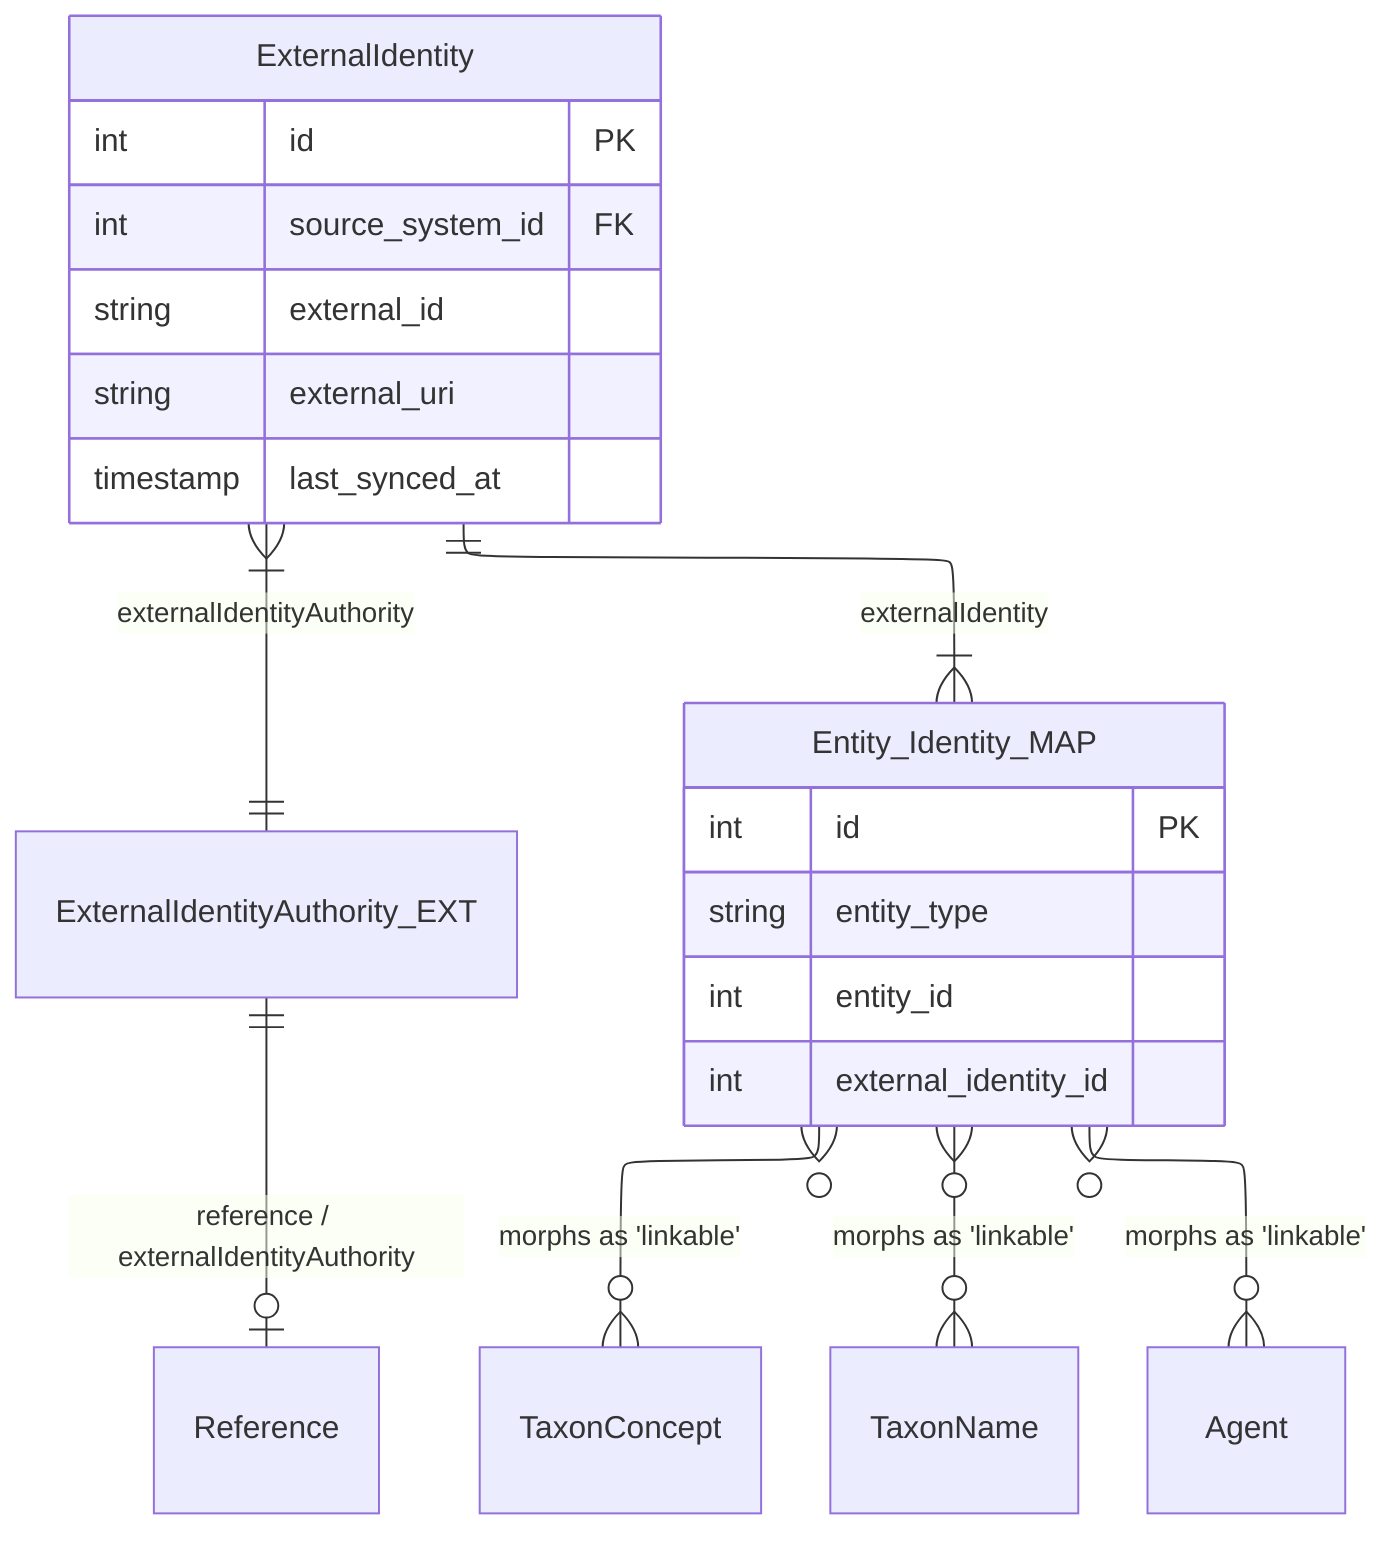
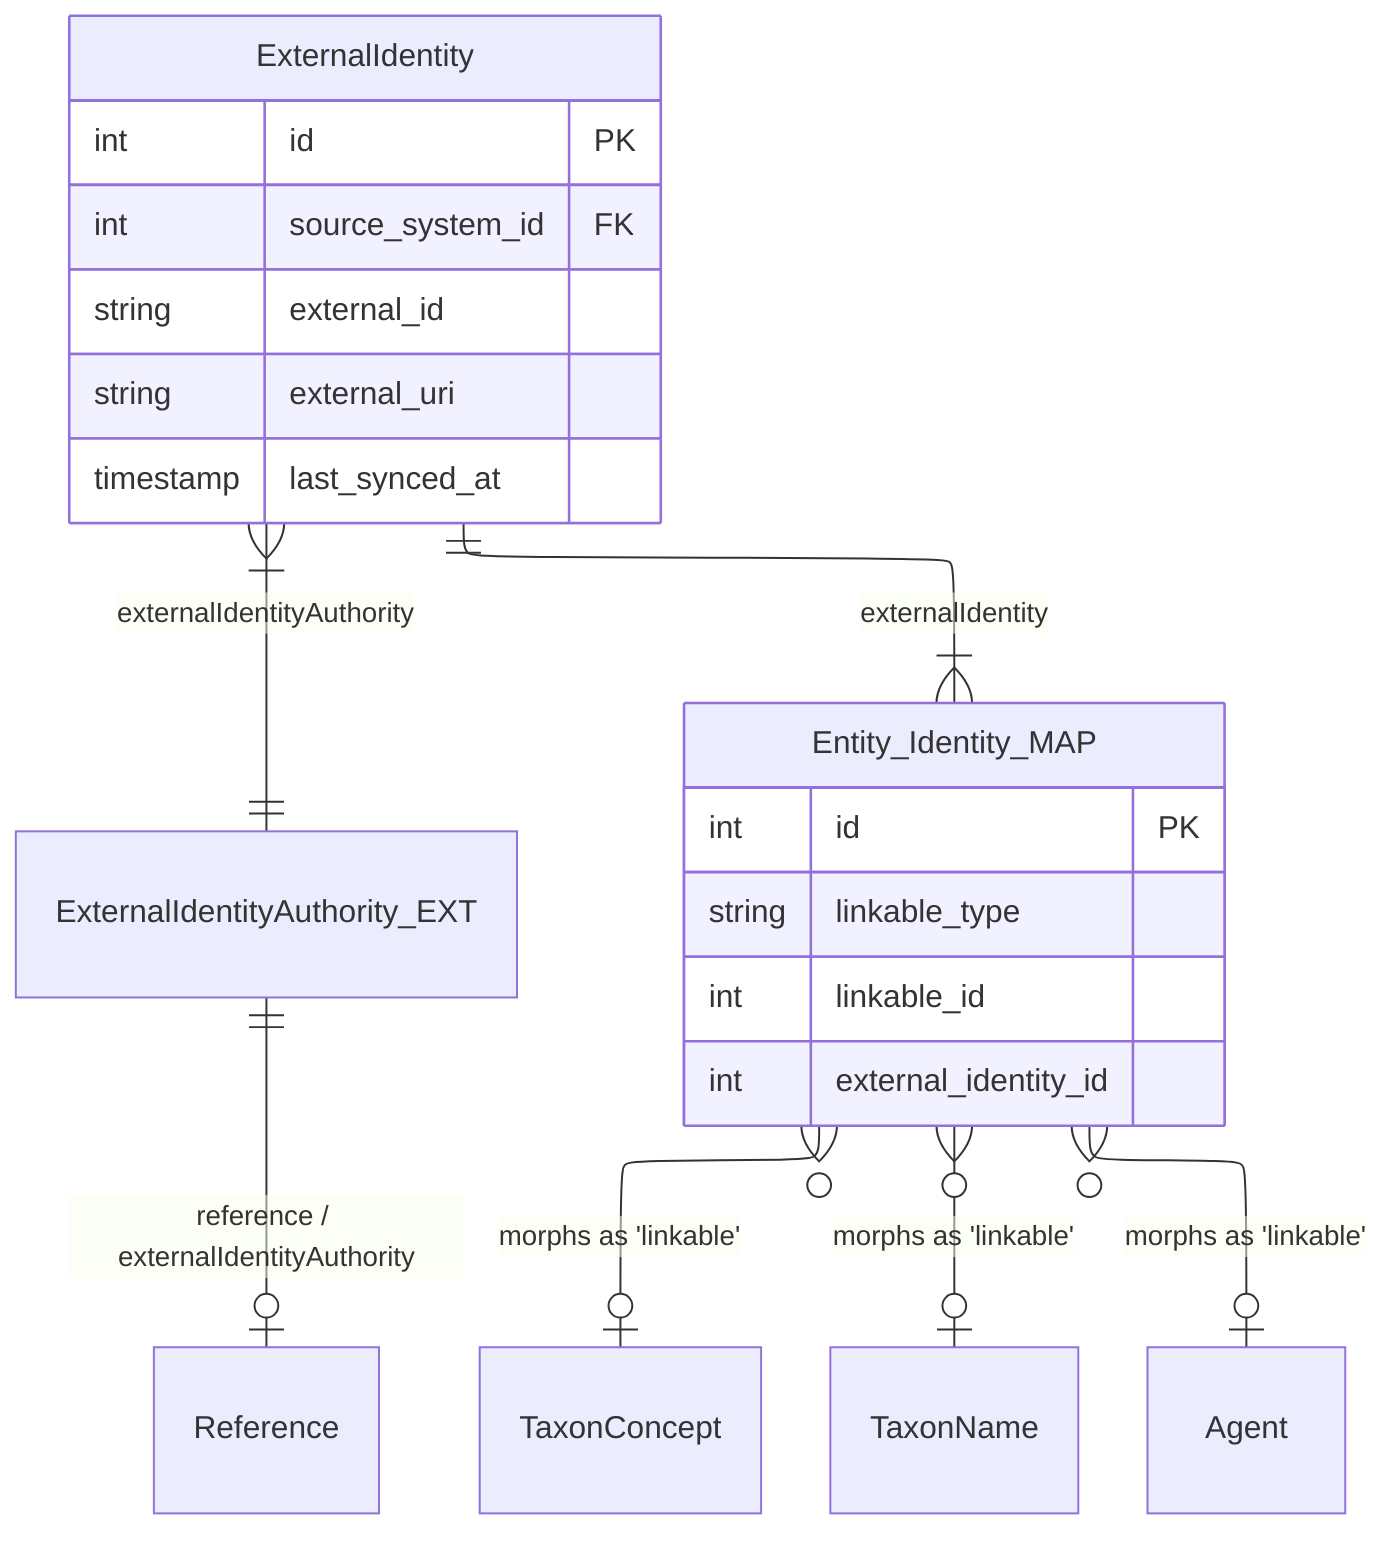
---
config:
  layout: elk
---
erDiagram
  ExternalIdentity }|--|| ExternalIdentityAuthority_EXT : "externalIdentityAuthority"
  ExternalIdentityAuthority_EXT ||--o| Reference : "reference / externalIdentityAuthority"

  ExternalIdentity ||--|{ Entity_Identity_MAP : "externalIdentity"

-   Entity_Identity_MAP }o--o{ TaxonConcept : "morphs as 'linkable'"
-   Entity_Identity_MAP }o--o{ TaxonName : "morphs as 'linkable'"
-   Entity_Identity_MAP }o--o{ Agent : "morphs as 'linkable'"
+   Entity_Identity_MAP }o--o| TaxonConcept : "morphs as 'linkable'"
+   Entity_Identity_MAP }o--o| TaxonName : "morphs as 'linkable'"
+   Entity_Identity_MAP }o--o| Agent : "morphs as 'linkable'"

  ExternalIdentity {
    int id PK
    int source_system_id FK
    string external_id
    string external_uri
    timestamp last_synced_at
  }

  Entity_Identity_MAP {
    int id PK
-     string entity_type
-     int entity_id
+     string linkable_type
+     int linkable_id
    int external_identity_id
  }